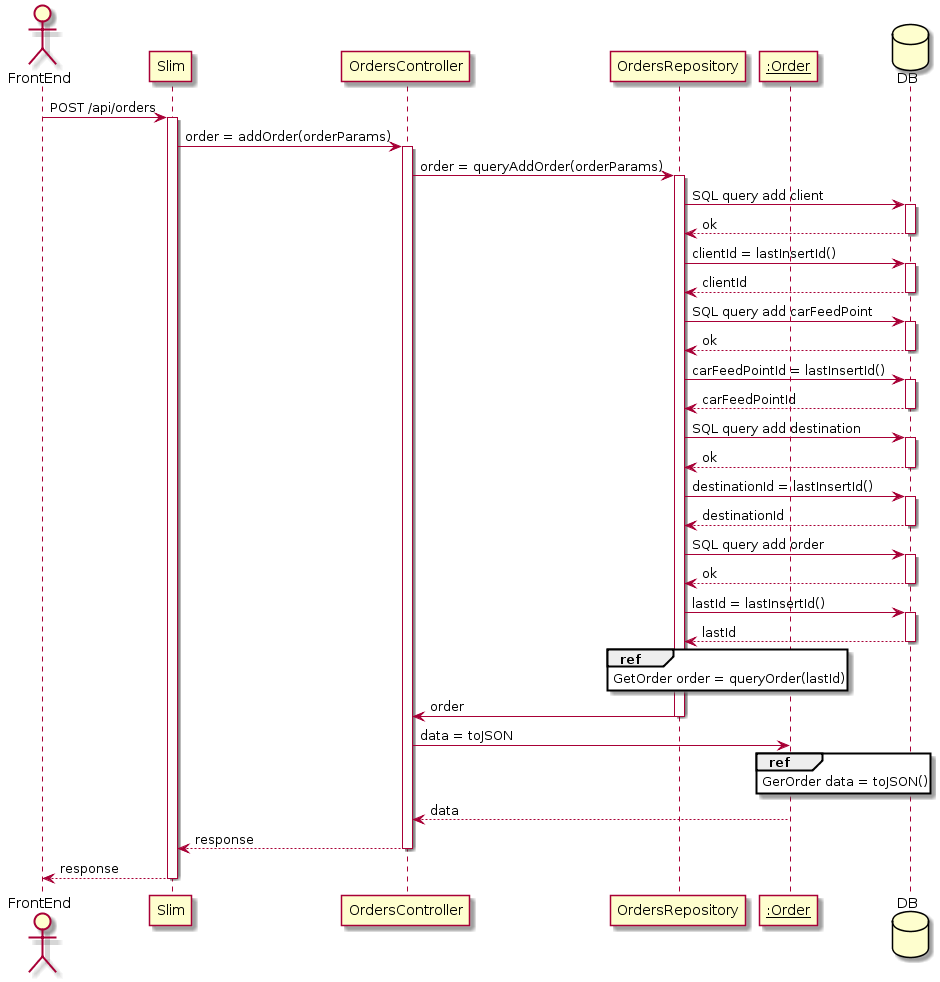
Earlier version of the PlantUML export docs/BackEnd/SequenceDiagram/AddOrder.png (malvinkooo/taxiSystem).
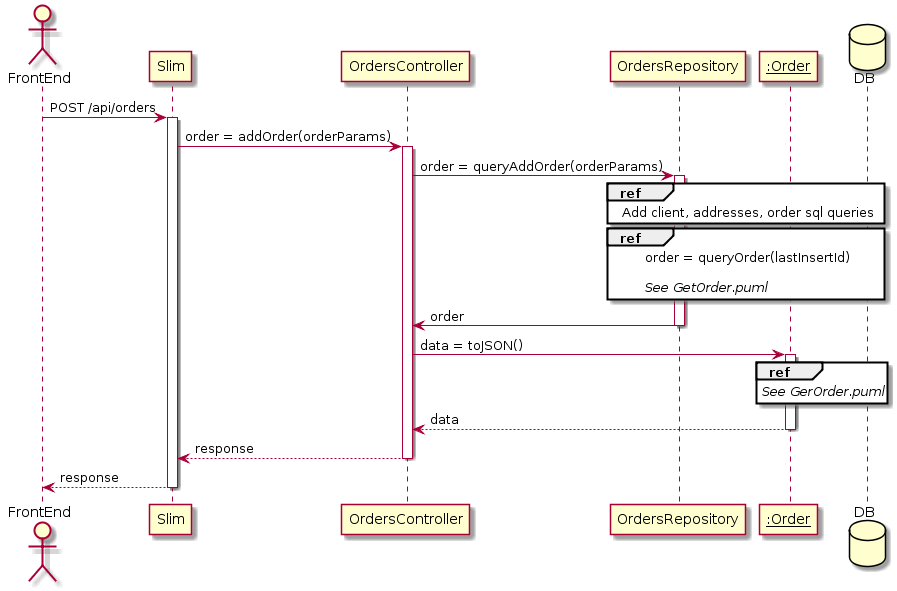
After the commit.

The edit, as a diff of the source:
```diff
@@ -13,51 +13,26 @@
 OrdersController -> OrdersRepository : order = queryAddOrder(orderParams)
 activate OrdersRepository
 
-OrdersRepository -> DB : SQL query add client
-activate DB
-DB --> OrdersRepository : ok
-deactivate DB
-OrdersRepository -> DB : clientId = lastInsertId()
-activate DB
-DB --> OrdersRepository : clientId
-deactivate DB
-OrdersRepository -> DB : SQL query add carFeedPoint
-activate DB
-DB --> OrdersRepository : ok
-deactivate DB
-OrdersRepository -> DB : carFeedPointId = lastInsertId()
-activate DB
-DB --> OrdersRepository : carFeedPointId
-deactivate DB
-OrdersRepository -> DB : SQL query add destination
-activate DB
-DB --> OrdersRepository : ok
-deactivate DB
-OrdersRepository -> DB : destinationId = lastInsertId()
-activate DB
-DB --> OrdersRepository : destinationId
-deactivate DB
-OrdersRepository -> DB : SQL query add order
-activate DB
-DB --> OrdersRepository : ok
-deactivate DB
-OrdersRepository -> DB : lastId = lastInsertId()
-activate DB
-DB --> OrdersRepository : lastId
-deactivate DB
+ref over OrdersRepository, DB
+Add client, addresses, order sql queries
+end ref
 
-ref over OrdersRepository
-GetOrder order = queryOrder(lastId)
+ref over OrdersRepository, DB
+order = queryOrder(lastInsertId)
+
+//See GetOrder.puml//
 end ref
 
 OrdersRepository -> OrdersController : order
 deactivate OrdersRepository
 
-OrdersController -> Order : data = toJSON
+OrdersController -> Order : data = toJSON()
+activate Order
 ref over Order
-GerOrder data = toJSON()
+//See GerOrder.puml//
 end ref
 Order --> OrdersController : data
+deactivate Order
 
 
 OrdersController --> Slim : response
```
